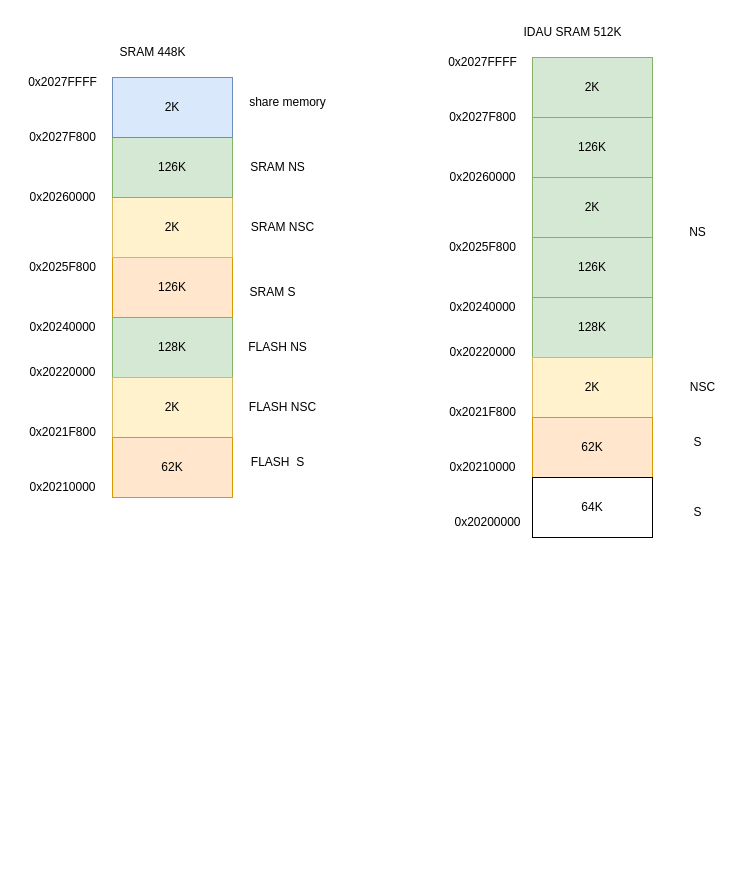
Earlier version of the draw.io diagram page "trustzone" (3 of 3) of renesas.drawio (thomas-coding/drawio). Source tidied: cells renumbered, new cells numbered last; positions are measured from the earlier drawing's top-left corner, leaving out a move shared by most shapes. Both pictures are drawn from the tidied source at 100%, with x=0, y=0 at pixel (17, 17).
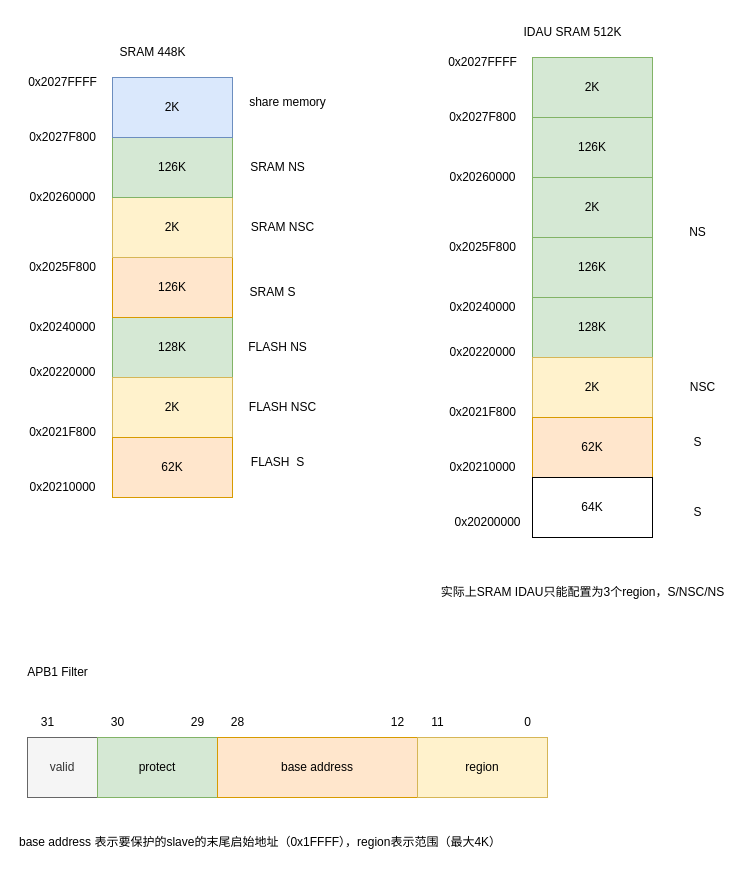
Above is the later version.

Diff of the diagram source:
```diff
@@
+    <mxCell id="47" value="实际上SRAM IDAU只能配置为3个region，S/NSC/NS" style="text;html=1;align=center;verticalAlign=middle;strokeColor=none;fillColor=none;" parent="1" vertex="1">
+      <mxGeometry x="410" y="560" width="310" height="30" as="geometry" />
+    </mxCell>
+    <mxCell id="48" value="valid" style="rounded=0;whiteSpace=wrap;html=1;fillColor=#f5f5f5;fontColor=#333333;strokeColor=#666666;" parent="1" vertex="1">
+      <mxGeometry x="10" y="720" width="70" height="60" as="geometry" />
+    </mxCell>
+    <mxCell id="49" value="protect" style="rounded=0;whiteSpace=wrap;html=1;fillColor=#d5e8d4;strokeColor=#82b366;" parent="1" vertex="1">
+      <mxGeometry x="80" y="720" width="120" height="60" as="geometry" />
+    </mxCell>
+    <mxCell id="50" value="base address" style="rounded=0;whiteSpace=wrap;html=1;fillColor=#ffe6cc;strokeColor=#d79b00;" parent="1" vertex="1">
+      <mxGeometry x="200" y="720" width="200" height="60" as="geometry" />
+    </mxCell>
+    <mxCell id="51" value="31" style="text;html=1;align=center;verticalAlign=middle;strokeColor=none;fillColor=none;" parent="1" vertex="1">
+      <mxGeometry x="10" y="690" width="40" height="30" as="geometry" />
+    </mxCell>
+    <mxCell id="52" value="30" style="text;html=1;align=center;verticalAlign=middle;strokeColor=none;fillColor=none;" parent="1" vertex="1">
+      <mxGeometry x="80" y="690" width="40" height="30" as="geometry" />
+    </mxCell>
+    <mxCell id="53" value="29" style="text;html=1;align=center;verticalAlign=middle;strokeColor=none;fillColor=none;" parent="1" vertex="1">
+      <mxGeometry x="160" y="690" width="40" height="30" as="geometry" />
+    </mxCell>
+    <mxCell id="54" value="28" style="text;html=1;align=center;verticalAlign=middle;strokeColor=none;fillColor=none;" parent="1" vertex="1">
+      <mxGeometry x="200" y="690" width="40" height="30" as="geometry" />
+    </mxCell>
+    <mxCell id="55" value="12" style="text;html=1;align=center;verticalAlign=middle;strokeColor=none;fillColor=none;" parent="1" vertex="1">
+      <mxGeometry x="360" y="690" width="40" height="30" as="geometry" />
+    </mxCell>
+    <mxCell id="56" value="region" style="rounded=0;whiteSpace=wrap;html=1;fillColor=#fff2cc;strokeColor=#d6b656;" parent="1" vertex="1">
+      <mxGeometry x="400" y="720" width="130" height="60" as="geometry" />
+    </mxCell>
+    <mxCell id="57" value="11" style="text;html=1;align=center;verticalAlign=middle;strokeColor=none;fillColor=none;" parent="1" vertex="1">
+      <mxGeometry x="400" y="690" width="40" height="30" as="geometry" />
+    </mxCell>
+    <mxCell id="58" value="0" style="text;html=1;align=center;verticalAlign=middle;strokeColor=none;fillColor=none;" parent="1" vertex="1">
+      <mxGeometry x="495" y="690" width="30" height="30" as="geometry" />
+    </mxCell>
+    <mxCell id="59" value="APB1 Filter" style="text;html=1;align=center;verticalAlign=middle;strokeColor=none;fillColor=none;" parent="1" vertex="1">
+      <mxGeometry y="640" width="80" height="30" as="geometry" />
+    </mxCell>
+    <mxCell id="60" value="base address 表示要保护的slave的末尾启始地址（0x1FFFF），region表示范围（最大4K）" style="text;html=1;align=left;verticalAlign=middle;strokeColor=none;fillColor=none;" parent="1" vertex="1">
+      <mxGeometry y="810" width="510" height="30" as="geometry" />
+    </mxCell>
```
